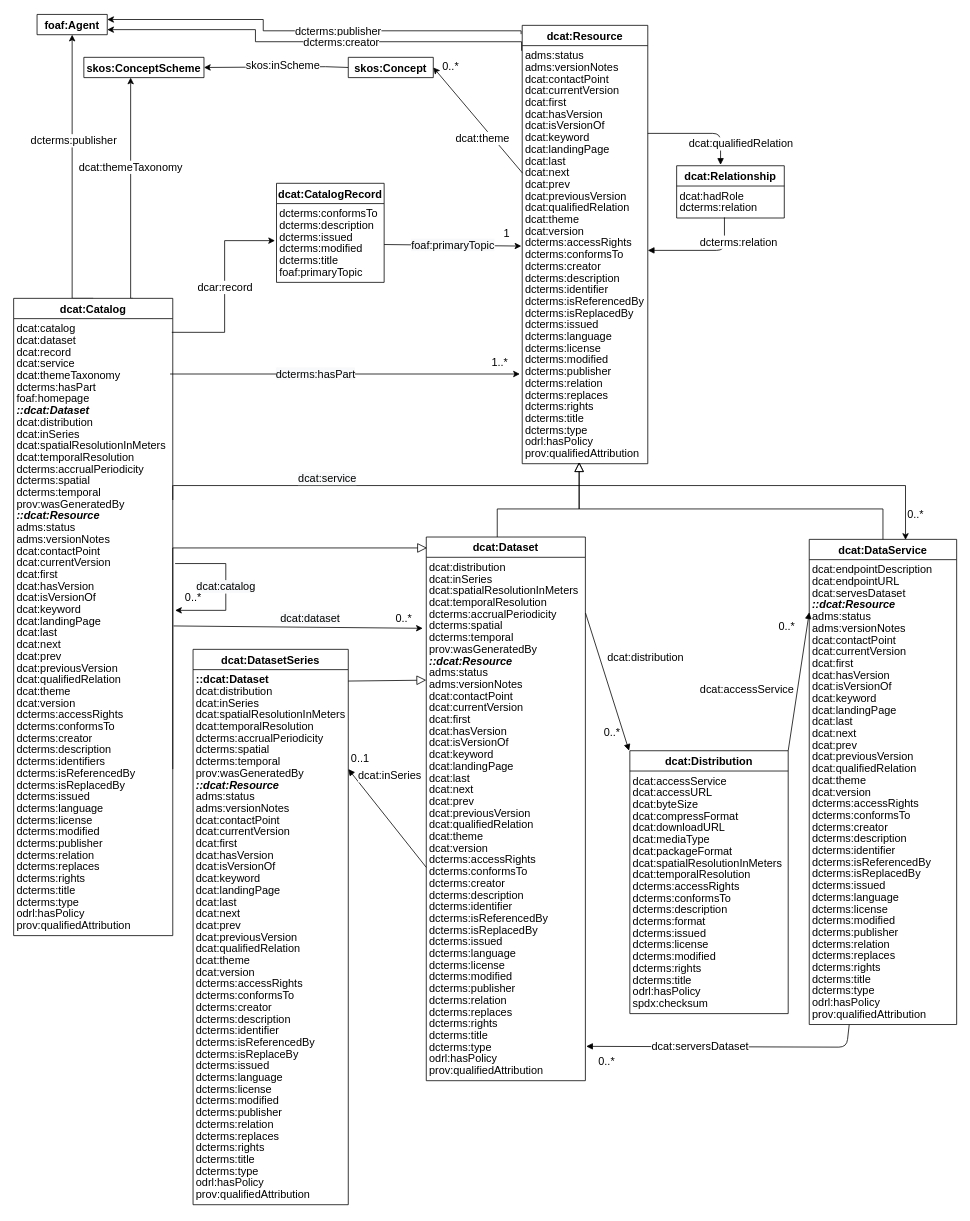
Earlier version of the draw.io diagram dcat/UML/dcat-all-attributes.drawio (w3c/dxwg). Source tidied: cells renumbered, new cells numbered last; positions are measured from the earlier drawing's top-left corner, leaving out a move shared by most shapes. Both pictures are drawn from the tidied source at 78%, with x=0, y=0 at pixel (13, 14).
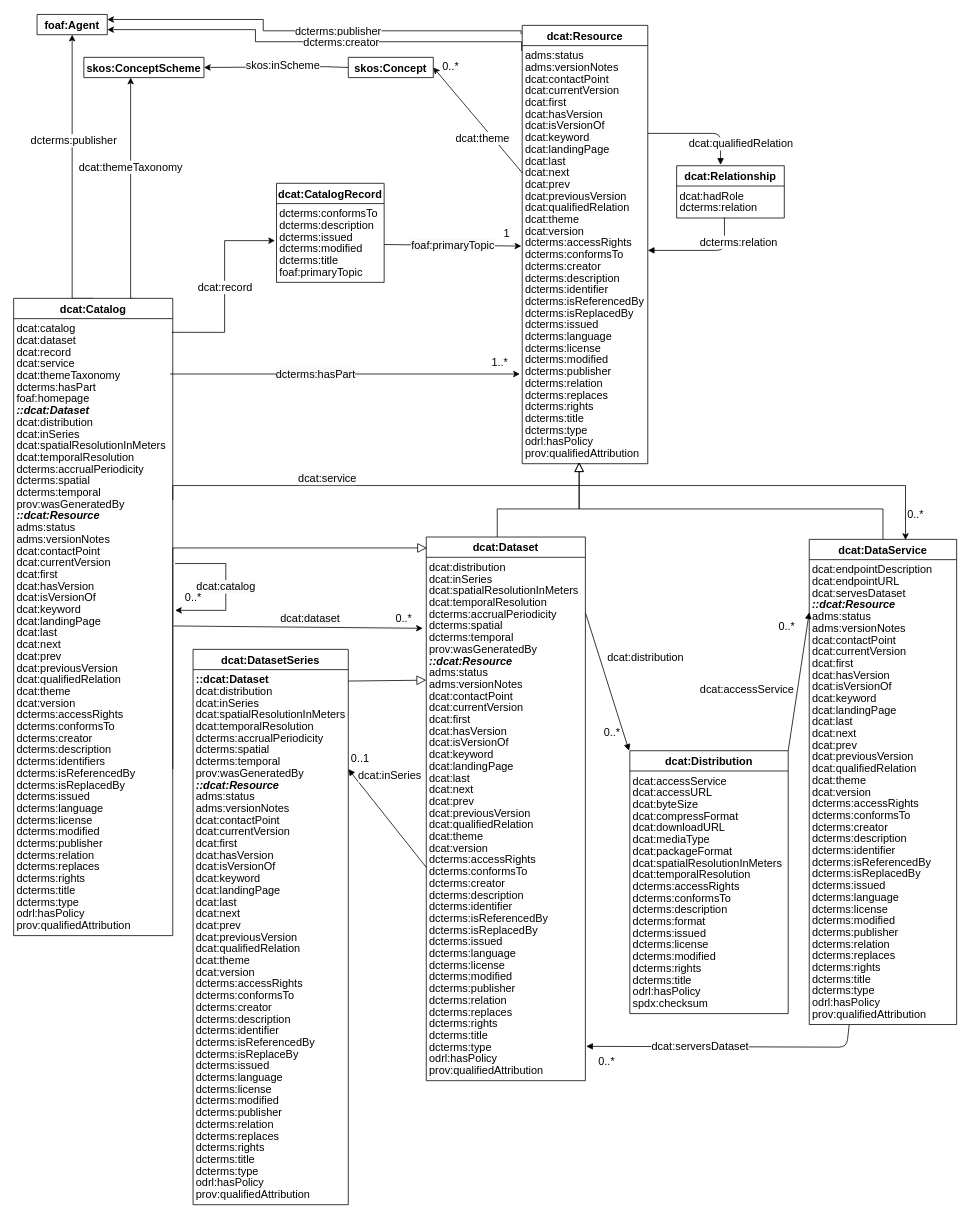
The same page after the edit.

Commit message (it also covers changes not shown here):
correcting  fig : dcar:record becomes dcat:record

Unchanged cells that the change refers to:
```xml
<mxCell id="8" value="dcat:dataset" style="text;strokeColor=none;fillColor=none;align=left;verticalAlign=top;spacingLeft=4;spacingRight=4;overflow=hidden;points=[[0,0.5],[1,0.5]];portConstraint=eastwest;spacing=0;fontSize=14;" parent="6" vertex="1">
  <mxGeometry y="41" width="204" height="15" as="geometry" />
</mxCell>
<mxCell id="107" value="dcterms:issued" style="text;strokeColor=none;fillColor=none;align=left;verticalAlign=top;spacingLeft=4;spacingRight=4;overflow=hidden;points=[[0,0.5],[1,0.5]];portConstraint=eastwest;fontStyle=0;spacing=0;fontSize=14;" parent="104" vertex="1">
  <mxGeometry y="56" width="138" height="15" as="geometry" />
</mxCell>
```

What changed in the source:
```diff
@@
-    <mxCell id="111" value="dcar:record" style="edgeStyle=orthogonalEdgeStyle;rounded=0;jettySize=auto;html=1;exitX=0.994;exitY=0.171;exitDx=0;exitDy=0;fontSize=14;entryX=-0.014;entryY=1.167;entryDx=0;entryDy=0;spacing=0;exitPerimeter=0;entryPerimeter=0;" parent="1" edge="1" source="8" target="107">
+    <mxCell id="111" value="dcat:record" style="edgeStyle=orthogonalEdgeStyle;rounded=0;jettySize=auto;html=1;exitX=0.994;exitY=0.171;exitDx=0;exitDy=0;fontSize=14;entryX=-0.014;entryY=1.167;entryDx=0;entryDy=0;spacing=0;exitPerimeter=0;entryPerimeter=0;" parent="1" edge="1" source="8" target="107">
       <mxGeometry relative="1" as="geometry" />
     </mxCell>
```
